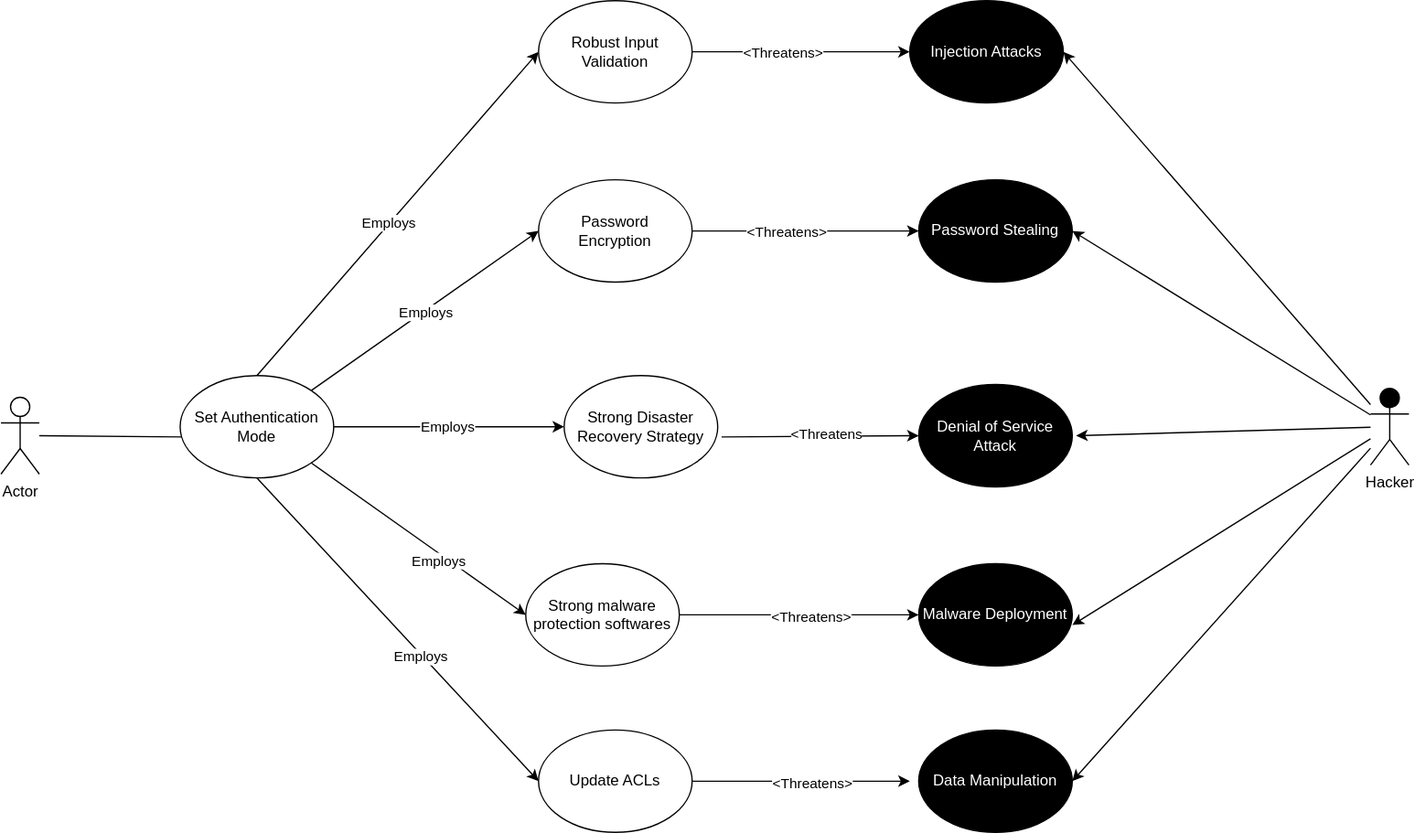
This is images/Add - Misuse Remedy.svg from bartelsjoshuac/SAPG, a draw.io export, as it was before one commit. Source tidied: cells renumbered, new cells last; positions are measured from the earlier drawing's top-left corner, leaving out a move shared by most shapes.
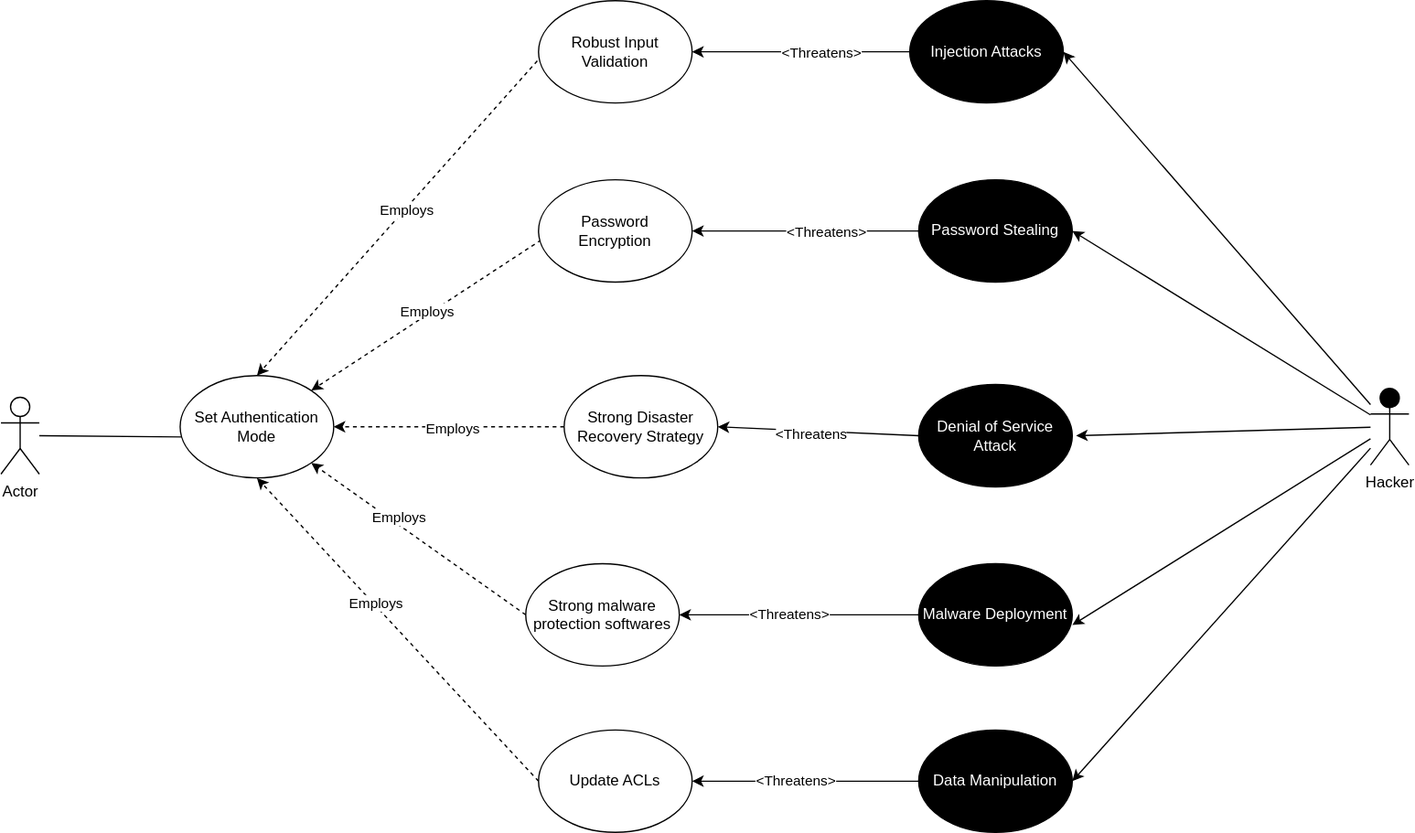
After the commit.

Diff of the diagram source:
```diff
@@ -25,19 +25,19 @@
     <mxCell id="8" value="&lt;font color=&quot;#ffffff&quot;&gt;Malware Deployment&lt;/font&gt;" style="ellipse;whiteSpace=wrap;html=1;fillColor=#000000;" parent="1" vertex="1">
       <mxGeometry x="717" y="440" width="120" height="80" as="geometry" />
     </mxCell>
-    <mxCell id="9" style="endArrow=classic;html=1;rounded=0;entryX=0;entryY=0.5;entryDx=0;entryDy=0;" parent="1" edge="1" source="20" target="7">
+    <mxCell id="9" style="endArrow=classic;html=1;rounded=0;exitX=0;exitY=0.5;exitDx=0;exitDy=0;entryX=1;entryY=0.5;entryDx=0;entryDy=0;" parent="1" edge="1" source="7" target="20">
       <mxGeometry relative="1" as="geometry" />
     </mxCell>
     <mxCell id="10" value="&amp;lt;Threatens&amp;gt;" style="edgeLabel;html=1;align=center;verticalAlign=middle;" parent="9" vertex="1">
       <mxGeometry x="-0.18" relative="1" as="geometry" />
     </mxCell>
-    <mxCell id="11" style="endArrow=classic;html=1;rounded=0;exitX=1.025;exitY=0.6;exitDx=0;exitDy=0;exitPerimeter=0;entryX=0;entryY=0.5;entryDx=0;entryDy=0;" parent="1" edge="1" source="23" target="5">
+    <mxCell id="11" style="endArrow=classic;html=1;rounded=0;exitX=0;exitY=0.5;exitDx=0;exitDy=0;entryX=1;entryY=0.5;entryDx=0;entryDy=0;" parent="1" edge="1" source="5" target="23">
       <mxGeometry relative="1" as="geometry" />
     </mxCell>
     <mxCell id="12" value="&amp;lt;Threatens" style="edgeLabel;html=1;align=center;verticalAlign=middle;" parent="11" vertex="1">
       <mxGeometry x="0.07" y="2" relative="1" as="geometry" />
     </mxCell>
-    <mxCell id="13" style="endArrow=classic;html=1;rounded=0;entryX=0;entryY=0.5;entryDx=0;entryDy=0;" parent="1" edge="1" source="26" target="8">
+    <mxCell id="13" style="endArrow=classic;html=1;rounded=0;exitX=0;exitY=0.5;exitDx=0;exitDy=0;entryX=1;entryY=0.5;entryDx=0;entryDy=0;" parent="1" edge="1" source="8" target="26">
       <mxGeometry relative="1" as="geometry" />
     </mxCell>
     <mxCell id="14" value="&amp;lt;Threatens&amp;gt;" style="edgeLabel;html=1;align=center;verticalAlign=middle;" parent="13" vertex="1">
@@ -54,7 +54,7 @@
         <mxPoint x="840" y="340" as="targetPoint" />
       </mxGeometry>
     </mxCell>
-    <mxCell id="18" style="endArrow=classic;html=1;rounded=0;entryX=0;entryY=0.5;entryDx=0;entryDy=0;exitX=1;exitY=0;exitDx=0;exitDy=0;" parent="1" edge="1" source="4" target="20">
+    <mxCell id="18" style="endArrow=classic;html=1;rounded=0;exitX=0.017;exitY=0.588;exitDx=0;exitDy=0;exitPerimeter=0;entryX=1;entryY=0;entryDx=0;entryDy=0;dashed=1;" parent="1" edge="1" source="20" target="4">
       <mxGeometry relative="1" as="geometry" />
     </mxCell>
     <mxCell id="19" value="Employs" style="edgeLabel;html=1;align=center;verticalAlign=middle;" parent="18" vertex="1">
@@ -65,7 +65,7 @@
     <mxCell id="20" value="Password &lt;br&gt;Encryption" style="ellipse;whiteSpace=wrap;html=1;fillColor=#FFFFFF;" parent="1" vertex="1">
       <mxGeometry x="420" y="140" width="120" height="80" as="geometry" />
     </mxCell>
-    <mxCell id="21" style="endArrow=classic;html=1;rounded=0;entryX=0;entryY=0.5;entryDx=0;entryDy=0;exitX=1;exitY=0.5;exitDx=0;exitDy=0;" parent="1" edge="1" source="4" target="23">
+    <mxCell id="21" style="endArrow=classic;html=1;rounded=0;exitX=0;exitY=0.5;exitDx=0;exitDy=0;entryX=1;entryY=0.5;entryDx=0;entryDy=0;dashed=1;" parent="1" edge="1" source="23" target="4">
       <mxGeometry relative="1" as="geometry" />
     </mxCell>
     <mxCell id="22" value="Employs" style="edgeLabel;html=1;align=center;verticalAlign=middle;" parent="21" vertex="1">
@@ -74,7 +74,7 @@
     <mxCell id="23" value="Strong Disaster Recovery Strategy" style="ellipse;whiteSpace=wrap;html=1;fillColor=#FFFFFF;" parent="1" vertex="1">
       <mxGeometry x="440" y="293" width="120" height="80" as="geometry" />
     </mxCell>
-    <mxCell id="24" style="endArrow=classic;html=1;rounded=0;entryX=0;entryY=0.5;entryDx=0;entryDy=0;exitX=1;exitY=1;exitDx=0;exitDy=0;" parent="1" edge="1" source="4" target="26">
+    <mxCell id="24" style="endArrow=classic;html=1;rounded=0;exitX=0;exitY=0.5;exitDx=0;exitDy=0;entryX=1;entryY=1;entryDx=0;entryDy=0;dashed=1;" parent="1" edge="1" source="26" target="4">
       <mxGeometry relative="1" as="geometry" />
     </mxCell>
     <mxCell id="25" value="Employs" style="edgeLabel;html=1;align=center;verticalAlign=middle;" parent="24" vertex="1">
@@ -92,13 +92,13 @@
     <mxCell id="29" value="Robust Input Validation" style="ellipse;whiteSpace=wrap;html=1;fillColor=#FFFFFF;" parent="1" vertex="1">
       <mxGeometry x="420" width="120" height="80" as="geometry" />
     </mxCell>
-    <mxCell id="30" style="endArrow=classic;html=1;rounded=0;entryX=0;entryY=0.5;entryDx=0;entryDy=0;exitX=1;exitY=0.5;exitDx=0;exitDy=0;" parent="1" edge="1" source="29" target="28">
+    <mxCell id="30" style="endArrow=classic;html=1;rounded=0;exitX=0;exitY=0.5;exitDx=0;exitDy=0;entryX=1;entryY=0.5;entryDx=0;entryDy=0;" parent="1" edge="1" source="28" target="29">
       <mxGeometry relative="1" as="geometry" />
     </mxCell>
     <mxCell id="31" value="&amp;lt;Threatens&amp;gt;" style="edgeLabel;html=1;align=center;verticalAlign=middle;" parent="30" vertex="1">
       <mxGeometry x="-0.18" relative="1" as="geometry" />
     </mxCell>
-    <mxCell id="32" style="endArrow=classic;html=1;rounded=0;entryX=0;entryY=0.5;entryDx=0;entryDy=0;exitX=0.5;exitY=0;exitDx=0;exitDy=0;" parent="1" edge="1" source="4" target="29">
+    <mxCell id="32" style="endArrow=classic;html=1;rounded=0;exitX=-0.008;exitY=0.588;exitDx=0;exitDy=0;exitPerimeter=0;entryX=0.5;entryY=0;entryDx=0;entryDy=0;dashed=1;" parent="1" edge="1" source="29" target="4">
       <mxGeometry relative="1" as="geometry" />
     </mxCell>
     <mxCell id="33" value="Employs" style="edgeLabel;html=1;align=center;verticalAlign=middle;" parent="32" vertex="1">
@@ -107,13 +107,13 @@
     <mxCell id="34" value="Update ACLs" style="ellipse;whiteSpace=wrap;html=1;fillColor=#FFFFFF;" parent="1" vertex="1">
       <mxGeometry x="420" y="570" width="120" height="80" as="geometry" />
     </mxCell>
-    <mxCell id="35" style="endArrow=classic;html=1;rounded=0;entryX=-0.058;entryY=0.5;entryDx=0;entryDy=0;exitX=1;exitY=0.5;exitDx=0;exitDy=0;entryPerimeter=0;" parent="1" edge="1" source="34" target="27">
+    <mxCell id="35" style="endArrow=classic;html=1;rounded=0;exitX=0;exitY=0.5;exitDx=0;exitDy=0;entryX=1;entryY=0.5;entryDx=0;entryDy=0;" parent="1" edge="1" source="27" target="34">
       <mxGeometry relative="1" as="geometry" />
     </mxCell>
     <mxCell id="36" value="&amp;lt;Threatens&amp;gt;" style="edgeLabel;html=1;align=center;verticalAlign=middle;" parent="35" vertex="1">
       <mxGeometry x="0.09" y="-1" relative="1" as="geometry" />
     </mxCell>
-    <mxCell id="37" style="endArrow=classic;html=1;rounded=0;exitX=0.5;exitY=1;exitDx=0;exitDy=0;entryX=0;entryY=0.5;entryDx=0;entryDy=0;" parent="1" edge="1" source="4" target="34">
+    <mxCell id="37" style="endArrow=classic;html=1;rounded=0;exitX=0;exitY=0.5;exitDx=0;exitDy=0;entryX=0.5;entryY=1;entryDx=0;entryDy=0;dashed=1;" parent="1" edge="1" source="34" target="4">
       <mxGeometry relative="1" as="geometry" />
     </mxCell>
     <mxCell id="38" value="Employs" style="edgeLabel;html=1;align=center;verticalAlign=middle;" parent="37" vertex="1">
```
